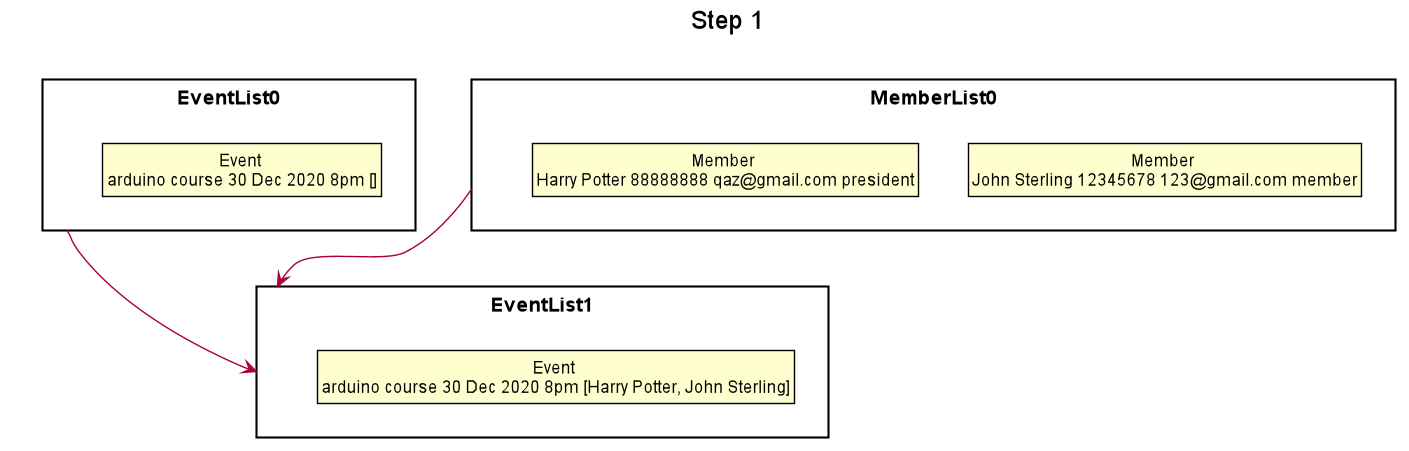
Above: docs/EventDiagram/EventSteps/7Step3.png in nus-cs2113-AY2021S1/tp (PlantUML), before the change. Source of this version:
```plantuml
@startuml





skinparam BackgroundColor #FFFFFFF

skinparam Shadowing false

skinparam Class {
    FontColor #FFFFFF
    BorderThickness 1
    BorderColor #FFFFFF
    StereotypeFontColor #FFFFFF
    FontName Arial
}

skinparam Actor {
    BorderColor #000000
    Color #000000
    FontName Arial
}

skinparam Sequence {
    MessageAlign center
    BoxFontSize 15
    BoxPadding 0
    BoxFontColor #FFFFFF
    FontName Arial
}

skinparam Participant {
    FontColor #FFFFFFF
    Padding 20
}

skinparam MinClassWidth 50
skinparam ParticipantPadding 10
skinparam Shadowing false
skinparam DefaultTextAlignment center
skinparam packageStyle Rectangle

hide footbox
hide members
hide circle
skinparam ClassFontColor #000000
skinparam ClassBorderColor #000000

title Step 1

package EventList0 {
    class State1 as "Event \narduino course 30 Dec 2020 8pm []"
}

package EventList1 {
    class State4 as "Event \narduino course 30 Dec 2020 8pm [Harry Potter, John Sterling]"
}

package MemberList0 {
    class State2 as "Member \nJohn Sterling 12345678 123@gmail.com member"
    class State3 as "Member \nHarry Potter 88888888 qaz@gmail.com president"
}

EventList0 -->EventList1
MemberList0 -->EventList1

@enduml
```
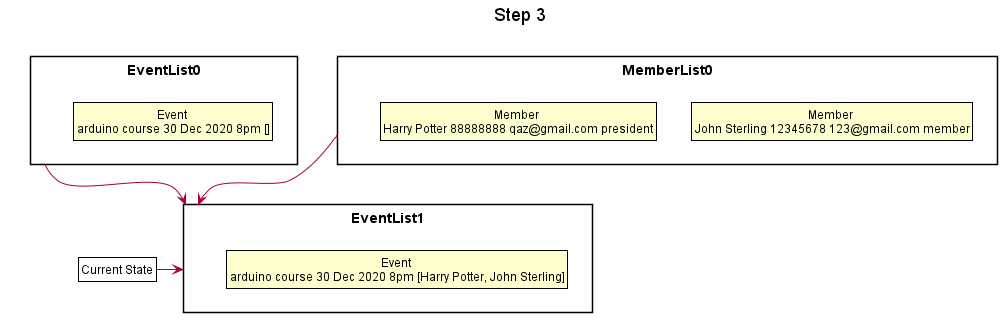
The same diagram one commit later.

Diff of the diagram source:
```diff
@@ -47,7 +47,7 @@
 skinparam ClassFontColor #000000
 skinparam ClassBorderColor #000000
 
-title Step 1
+title Step 3
 
 package EventList0 {
     class State1 as "Event \narduino course 30 Dec 2020 8pm []"
@@ -65,4 +65,7 @@
 EventList0 -->EventList1
 MemberList0 -->EventList1
 
+class Pointer as "Current State" #FFFFF
+Pointer -right-> EventList1
+
 @enduml
```
